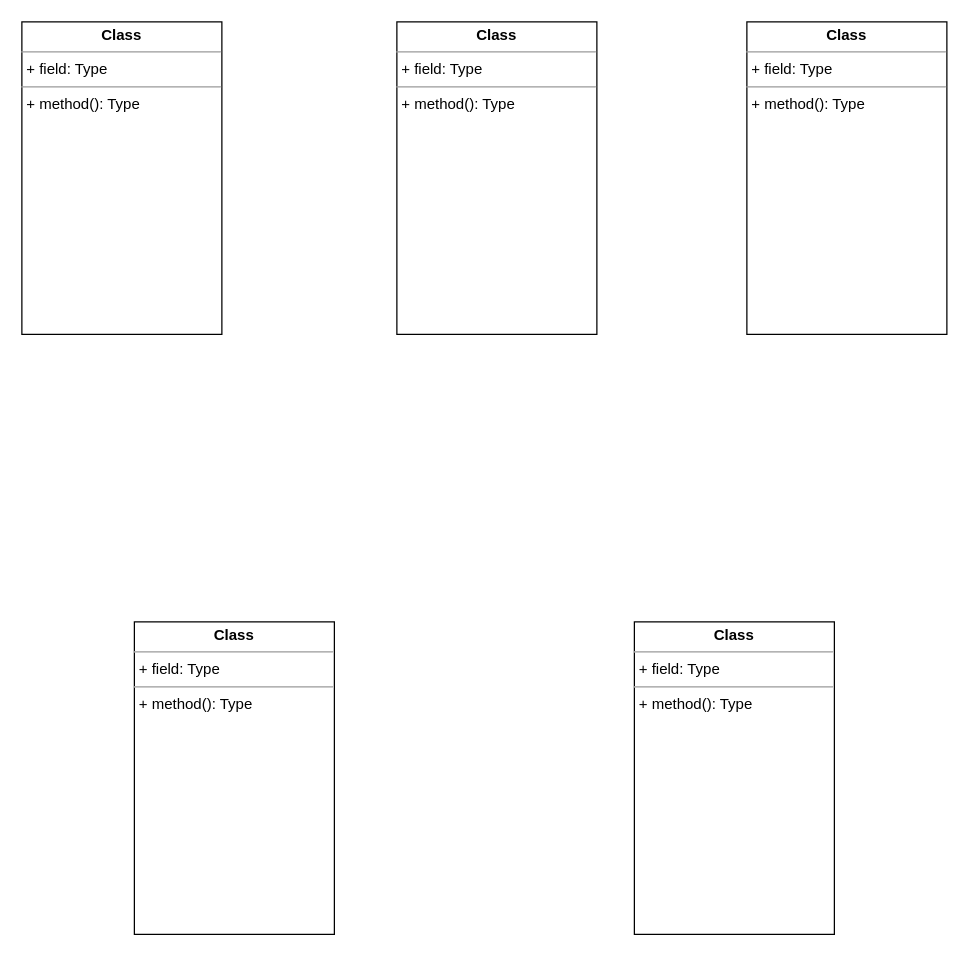
Before: Untitled Diagram.drawio in pjomcsJAVA/draw.io-HttpEventRouter, a draw.io diagram. Source tidied: cells renumbered, new cells numbered last; positions are measured from the earlier drawing's top-left corner, leaving out a move shared by most shapes. Both pictures are drawn from the tidied source at 125%, with x=0, y=0 at pixel (21, 21).
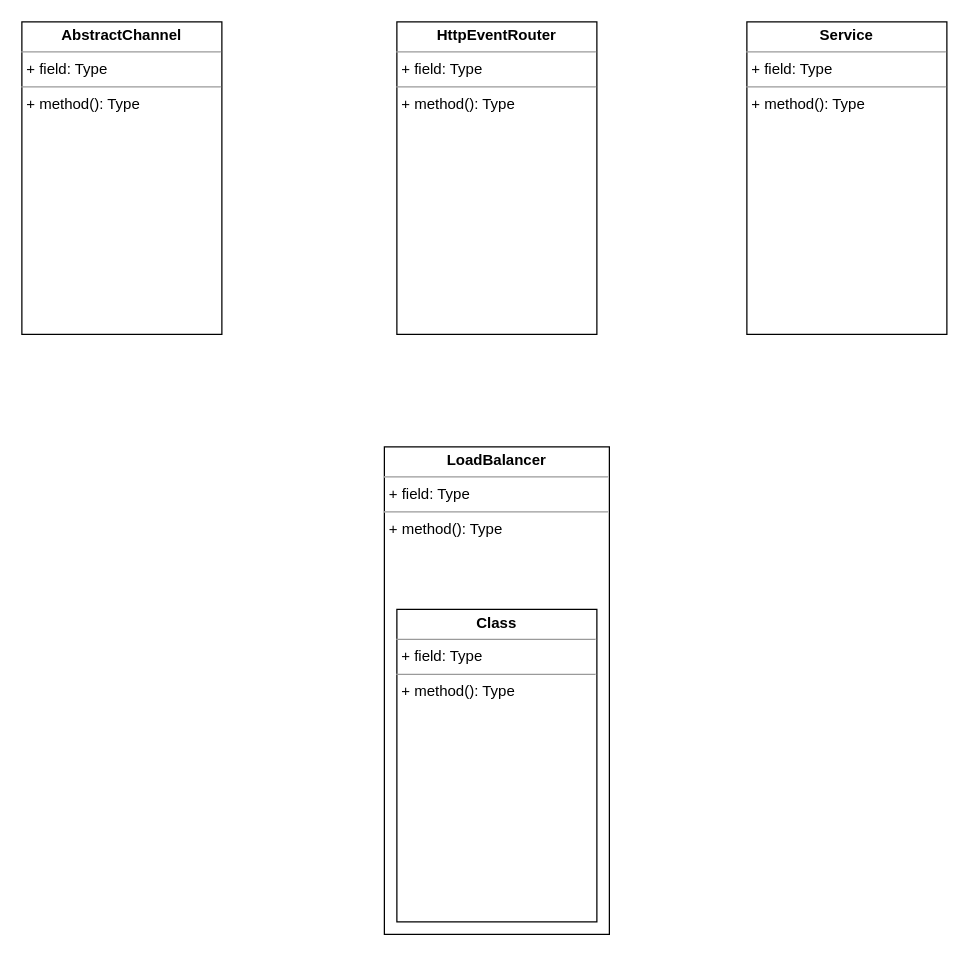
Above is the later version.

Change to the diagram source:
```diff
@@
 <mxGraphModel>
   <root>
     <mxCell id="0" />
     <mxCell id="1" parent="0" />
-    <mxCell id="2" value="&lt;p style=&quot;margin:0px;margin-top:4px;text-align:center;&quot;&gt;&lt;b&gt;Class&lt;/b&gt;&lt;/p&gt;&lt;hr size=&quot;1&quot;/&gt;&lt;p style=&quot;margin:0px;margin-left:4px;&quot;&gt;+ field: Type&lt;/p&gt;&lt;hr size=&quot;1&quot;/&gt;&lt;p style=&quot;margin:0px;margin-left:4px;&quot;&gt;+ method(): Type&lt;/p&gt;" style="verticalAlign=top;align=left;overflow=fill;fontSize=12;fontFamily=Helvetica;html=1;" parent="1" vertex="1">
+    <mxCell id="2" value="&lt;p style=&quot;margin: 0px ; margin-top: 4px ; text-align: center&quot;&gt;&lt;b&gt;AbstractChannel&lt;/b&gt;&lt;/p&gt;&lt;hr size=&quot;1&quot;&gt;&lt;p style=&quot;margin: 0px ; margin-left: 4px&quot;&gt;+ field: Type&lt;/p&gt;&lt;hr size=&quot;1&quot;&gt;&lt;p style=&quot;margin: 0px ; margin-left: 4px&quot;&gt;+ method(): Type&lt;/p&gt;" style="verticalAlign=top;align=left;overflow=fill;fontSize=12;fontFamily=Helvetica;html=1;" parent="1" vertex="1">
       <mxGeometry width="160" height="250" as="geometry" />
     </mxCell>
-    <mxCell id="3" value="&lt;p style=&quot;margin:0px;margin-top:4px;text-align:center;&quot;&gt;&lt;b&gt;Class&lt;/b&gt;&lt;/p&gt;&lt;hr size=&quot;1&quot;/&gt;&lt;p style=&quot;margin:0px;margin-left:4px;&quot;&gt;+ field: Type&lt;/p&gt;&lt;hr size=&quot;1&quot;/&gt;&lt;p style=&quot;margin:0px;margin-left:4px;&quot;&gt;+ method(): Type&lt;/p&gt;" style="verticalAlign=top;align=left;overflow=fill;fontSize=12;fontFamily=Helvetica;html=1;" parent="1" vertex="1">
-      <mxGeometry x="490" y="480" width="160" height="250" as="geometry" />
-    </mxCell>
-    <mxCell id="4" value="&lt;p style=&quot;margin:0px;margin-top:4px;text-align:center;&quot;&gt;&lt;b&gt;Class&lt;/b&gt;&lt;/p&gt;&lt;hr size=&quot;1&quot;/&gt;&lt;p style=&quot;margin:0px;margin-left:4px;&quot;&gt;+ field: Type&lt;/p&gt;&lt;hr size=&quot;1&quot;/&gt;&lt;p style=&quot;margin:0px;margin-left:4px;&quot;&gt;+ method(): Type&lt;/p&gt;" style="verticalAlign=top;align=left;overflow=fill;fontSize=12;fontFamily=Helvetica;html=1;" parent="1" vertex="1">
-      <mxGeometry x="90" y="480" width="160" height="250" as="geometry" />
+    <mxCell id="4" value="&lt;p style=&quot;margin: 0px ; margin-top: 4px ; text-align: center&quot;&gt;&lt;b&gt;LoadBalancer&lt;/b&gt;&lt;/p&gt;&lt;hr size=&quot;1&quot;&gt;&lt;p style=&quot;margin: 0px ; margin-left: 4px&quot;&gt;+ field: Type&lt;/p&gt;&lt;hr size=&quot;1&quot;&gt;&lt;p style=&quot;margin: 0px ; margin-left: 4px&quot;&gt;+ method(): Type&lt;/p&gt;" style="verticalAlign=top;align=left;overflow=fill;fontSize=12;fontFamily=Helvetica;html=1;" parent="1" vertex="1">
+      <mxGeometry x="290" y="340" width="180" height="390" as="geometry" />
     </mxCell>
-    <mxCell id="5" value="&lt;p style=&quot;margin:0px;margin-top:4px;text-align:center;&quot;&gt;&lt;b&gt;Class&lt;/b&gt;&lt;/p&gt;&lt;hr size=&quot;1&quot;/&gt;&lt;p style=&quot;margin:0px;margin-left:4px;&quot;&gt;+ field: Type&lt;/p&gt;&lt;hr size=&quot;1&quot;/&gt;&lt;p style=&quot;margin:0px;margin-left:4px;&quot;&gt;+ method(): Type&lt;/p&gt;" style="verticalAlign=top;align=left;overflow=fill;fontSize=12;fontFamily=Helvetica;html=1;" parent="1" vertex="1">
+    <mxCell id="5" value="&lt;p style=&quot;margin: 0px ; margin-top: 4px ; text-align: center&quot;&gt;&lt;b&gt;HttpEventRouter&lt;/b&gt;&lt;/p&gt;&lt;hr size=&quot;1&quot;&gt;&lt;p style=&quot;margin: 0px ; margin-left: 4px&quot;&gt;+ field: Type&lt;/p&gt;&lt;hr size=&quot;1&quot;&gt;&lt;p style=&quot;margin: 0px ; margin-left: 4px&quot;&gt;+ method(): Type&lt;/p&gt;" style="verticalAlign=top;align=left;overflow=fill;fontSize=12;fontFamily=Helvetica;html=1;" parent="1" vertex="1">
       <mxGeometry x="300" width="160" height="250" as="geometry" />
     </mxCell>
-    <mxCell id="6" value="&lt;p style=&quot;margin:0px;margin-top:4px;text-align:center;&quot;&gt;&lt;b&gt;Class&lt;/b&gt;&lt;/p&gt;&lt;hr size=&quot;1&quot;/&gt;&lt;p style=&quot;margin:0px;margin-left:4px;&quot;&gt;+ field: Type&lt;/p&gt;&lt;hr size=&quot;1&quot;/&gt;&lt;p style=&quot;margin:0px;margin-left:4px;&quot;&gt;+ method(): Type&lt;/p&gt;" style="verticalAlign=top;align=left;overflow=fill;fontSize=12;fontFamily=Helvetica;html=1;" parent="1" vertex="1">
+    <mxCell id="6" value="&lt;p style=&quot;margin: 0px ; margin-top: 4px ; text-align: center&quot;&gt;&lt;b&gt;Service&lt;/b&gt;&lt;/p&gt;&lt;hr size=&quot;1&quot;&gt;&lt;p style=&quot;margin: 0px ; margin-left: 4px&quot;&gt;+ field: Type&lt;/p&gt;&lt;hr size=&quot;1&quot;&gt;&lt;p style=&quot;margin: 0px ; margin-left: 4px&quot;&gt;+ method(): Type&lt;/p&gt;" style="verticalAlign=top;align=left;overflow=fill;fontSize=12;fontFamily=Helvetica;html=1;" parent="1" vertex="1">
       <mxGeometry x="580" width="160" height="250" as="geometry" />
     </mxCell>
+    <mxCell id="3" value="&lt;p style=&quot;margin:0px;margin-top:4px;text-align:center;&quot;&gt;&lt;b&gt;Class&lt;/b&gt;&lt;/p&gt;&lt;hr size=&quot;1&quot;/&gt;&lt;p style=&quot;margin:0px;margin-left:4px;&quot;&gt;+ field: Type&lt;/p&gt;&lt;hr size=&quot;1&quot;/&gt;&lt;p style=&quot;margin:0px;margin-left:4px;&quot;&gt;+ method(): Type&lt;/p&gt;" style="verticalAlign=top;align=left;overflow=fill;fontSize=12;fontFamily=Helvetica;html=1;" parent="1" vertex="1">
+      <mxGeometry x="300" y="470" width="160" height="250" as="geometry" />
+    </mxCell>
   </root>
 </mxGraphModel>
```
